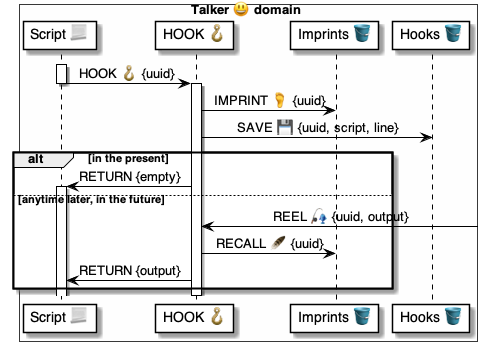
This is 4 ⚙️ Solution/37 Scripts 📃/📃 Commands ⌘/⌘ for async/HOOK 🪝/🪝 HOOK ⚙️ uml.png from pollyweb-org/pollyweb-docs, a PlantUML export, as it was before one commit. Its source is kept beside it as 4 ⚙️ Solution/37 Scripts 📃/📃 Commands ⌘/⌘ for async/HOOK 🪝/🪝 HOOK ⚙️ uml.puml. Its diagram source:
```plantuml
@startuml Hook

box Talker 😃 domain #FFFFFA
    participant "Script 📃" as script
    participant "HOOK 🪝" as hook
    participant "Imprints 🪣" as imprints
    participant "Hooks 🪣" as hooks
end box



activate script
    script -> hook: HOOK 🪝 {uuid}
deactivate script

activate hook
    hook -> imprints: IMPRINT 🦶 {uuid}
    hook -> hooks: SAVE 💾 {uuid, script, line}

    alt in the present
        hook -> script: RETURN {empty}
        activate script

    else anytime later, in the future
        hook <-  : REEL 🎣 {uuid, output}
        hook -> imprints: RECALL 🪶 {uuid}
        hook -> script : RETURN {output}
    end alt

deactivate hook


@enduml
```
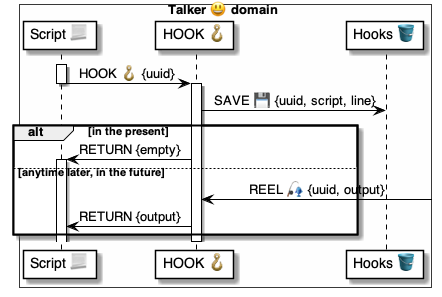
After the change.

Change to the diagram source:
```diff
@@ -3,7 +3,6 @@
 box Talker 😃 domain #FFFFFA
     participant "Script 📃" as script
     participant "HOOK 🪝" as hook
-    participant "Imprints 🪣" as imprints
     participant "Hooks 🪣" as hooks
 end box
 
@@ -14,7 +13,6 @@
 deactivate script
 
 activate hook
-    hook -> imprints: IMPRINT 🦶 {uuid}
     hook -> hooks: SAVE 💾 {uuid, script, line}
 
     alt in the present
@@ -23,7 +21,6 @@
 
     else anytime later, in the future
         hook <-  : REEL 🎣 {uuid, output}
-        hook -> imprints: RECALL 🪶 {uuid}
         hook -> script : RETURN {output}
     end alt
 
```
